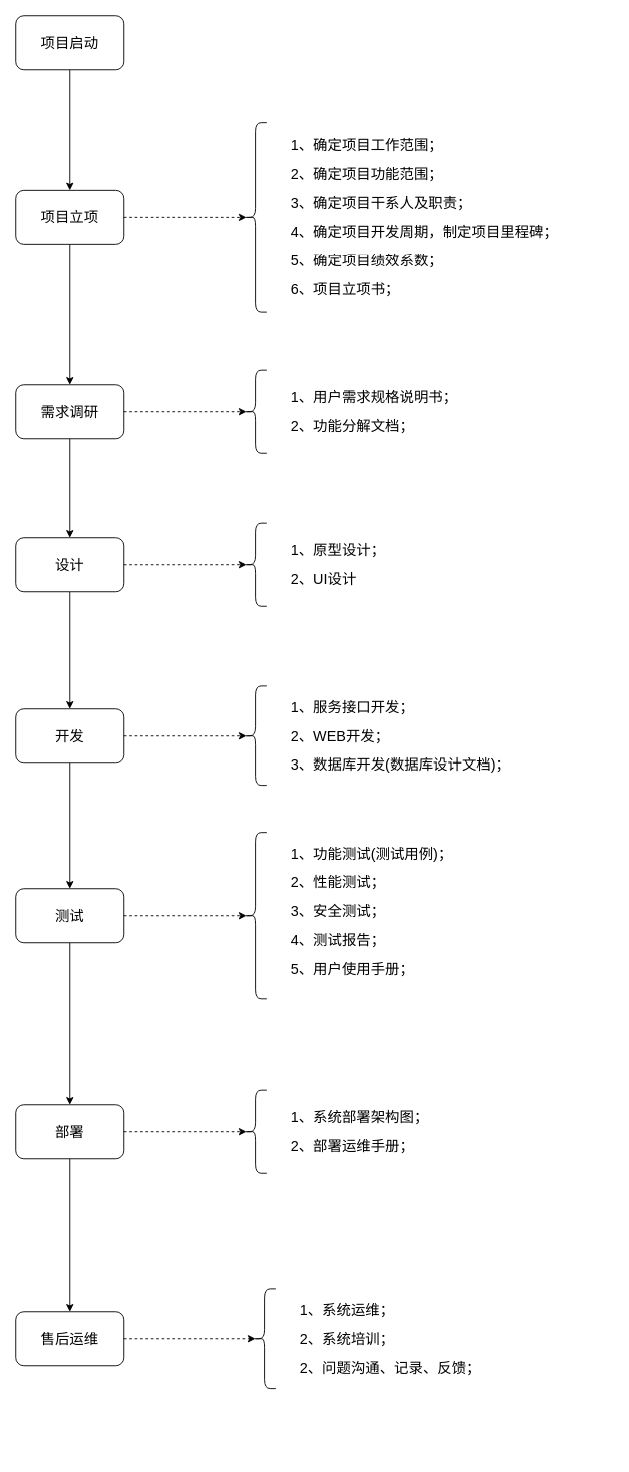
z-cloud-z/draw keeps this draw.io diagram as 项目管理&绩效考核.drawio. Above is the earlier version. Source tidied: cells renumbered, new cells numbered last; positions are measured from the earlier drawing's top-left corner, leaving out a move shared by most shapes. Both pictures are drawn from the tidied source at 90%, with x=0, y=0 at pixel (15, 15).
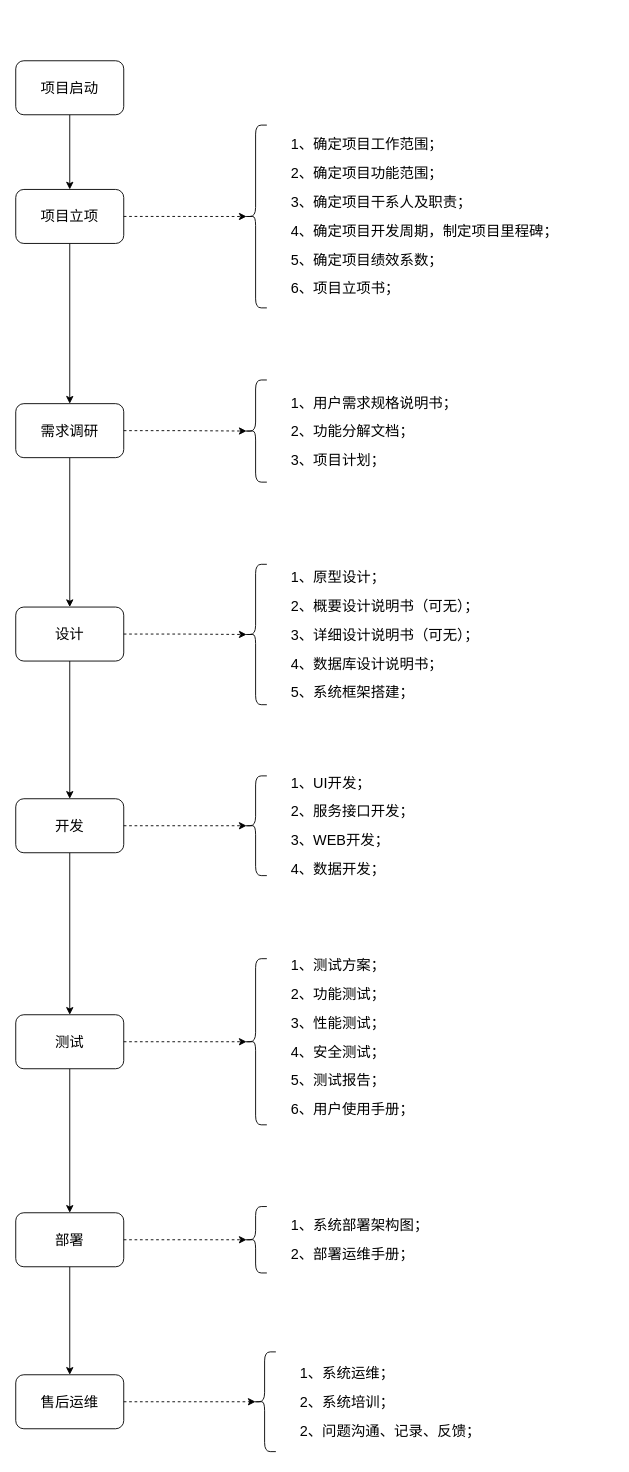
Above is the later version.

Commit message:
更新项目管理&绩效考核.drawio

Change to the diagram source:
```diff
@@
     <mxCell id="3" value="项目启动" style="rounded=1;whiteSpace=wrap;html=1;fontSize=16;" parent="1" vertex="1">
-      <mxGeometry width="120" height="60" as="geometry" />
+      <mxGeometry y="50" width="120" height="60" as="geometry" />
     </mxCell>
@@
     <mxCell id="5" value="项目立项" style="whiteSpace=wrap;html=1;rounded=1;fontSize=16;" parent="1" vertex="1">
-      <mxGeometry y="194" width="120" height="60" as="geometry" />
+      <mxGeometry y="193" width="120" height="60" as="geometry" />
     </mxCell>
@@
     <mxCell id="7" value="需求调研" style="whiteSpace=wrap;html=1;rounded=1;fontSize=16;" parent="1" vertex="1">
-      <mxGeometry y="410" width="120" height="60" as="geometry" />
+      <mxGeometry y="431" width="120" height="60" as="geometry" />
     </mxCell>
@@
     <mxCell id="9" value="设计" style="whiteSpace=wrap;html=1;rounded=1;fontSize=16;" parent="1" vertex="1">
-      <mxGeometry y="580" width="120" height="60" as="geometry" />
+      <mxGeometry y="657" width="120" height="60" as="geometry" />
     </mxCell>
@@
     <mxCell id="11" value="开发" style="whiteSpace=wrap;html=1;rounded=1;fontSize=16;" parent="1" vertex="1">
-      <mxGeometry y="770" width="120" height="60" as="geometry" />
+      <mxGeometry y="870" width="120" height="60" as="geometry" />
     </mxCell>
@@
     <mxCell id="13" value="测试" style="whiteSpace=wrap;html=1;rounded=1;fontSize=16;" parent="1" vertex="1">
-      <mxGeometry y="970" width="120" height="60" as="geometry" />
+      <mxGeometry y="1110" width="120" height="60" as="geometry" />
     </mxCell>
@@
     <mxCell id="15" value="部署" style="whiteSpace=wrap;html=1;rounded=1;fontSize=16;" parent="1" vertex="1">
-      <mxGeometry y="1210" width="120" height="60" as="geometry" />
+      <mxGeometry y="1330" width="120" height="60" as="geometry" />
     </mxCell>
     <mxCell id="16" value="售后运维" style="whiteSpace=wrap;html=1;rounded=1;fontSize=16;" parent="1" vertex="1">
-      <mxGeometry y="1440" width="120" height="60" as="geometry" />
+      <mxGeometry y="1510" width="120" height="60" as="geometry" />
     </mxCell>
@@
     <mxCell id="18" style="group;fontSize=16;" parent="1" vertex="1">
-      <mxGeometry x="254" y="110" width="400" height="228" as="geometry" />
+      <mxGeometry x="254" y="113" width="400" height="220" as="geometry" />
     </mxCell>
     <mxCell id="19" style="shape=curlyBracket;whiteSpace=wrap;html=1;rounded=1;labelPosition=left;verticalLabelPosition=middle;align=right;verticalAlign=middle;fontSize=16;" parent="18" vertex="1">
-      <mxGeometry y="8.8" width="25" height="210.5" as="geometry" />
+      <mxGeometry y="8.5" width="25" height="203.1" as="geometry" />
     </mxCell>
     <mxCell id="20" value="&lt;p style=&quot;line-height: 100%;&quot;&gt;1、确定项目工作范围；&lt;/p&gt;&lt;p style=&quot;line-height: 100%;&quot;&gt;2、确定项目功能范围；&lt;/p&gt;&lt;p style=&quot;line-height: 100%;&quot;&gt;3、确定项目干系人及职责；&lt;/p&gt;&lt;p style=&quot;line-height: 100%;&quot;&gt;4、确定项目开发周期，制定项目里程碑；&lt;/p&gt;&lt;p style=&quot;line-height: 100%;&quot;&gt;5、确定项目绩效系数；&lt;/p&gt;&lt;p style=&quot;line-height: 100%;&quot;&gt;6、项目立项书；&lt;/p&gt;" style="text;html=1;strokeColor=none;fillColor=none;align=left;verticalAlign=middle;whiteSpace=wrap;rounded=0;horizontal=1;fontSize=16;" parent="18" vertex="1">
-      <mxGeometry x="50" width="350" height="228" as="geometry" />
+      <mxGeometry x="50" width="350" height="220" as="geometry" />
     </mxCell>
@@
     <mxCell id="27" style="group;fontSize=16;" parent="1" vertex="1">
-      <mxGeometry x="254" y="390" width="400" height="100" as="geometry" />
+      <mxGeometry x="254" y="400" width="400" height="123" as="geometry" />
     </mxCell>
     <mxCell id="28" style="shape=curlyBracket;whiteSpace=wrap;html=1;rounded=1;labelPosition=left;verticalLabelPosition=middle;align=right;verticalAlign=middle;fontSize=16;" parent="27" vertex="1">
-      <mxGeometry y="3.8" width="25" height="92.3" as="geometry" />
+      <mxGeometry y="4.7" width="25" height="113.5" as="geometry" />
     </mxCell>
-    <mxCell id="29" value="&lt;p style=&quot;line-height: 100%;&quot;&gt;1、用户需求规格说明书；&lt;/p&gt;&lt;p style=&quot;line-height: 100%;&quot;&gt;2、功能分解文档；&lt;/p&gt;" style="text;html=1;strokeColor=none;fillColor=none;align=left;verticalAlign=middle;whiteSpace=wrap;rounded=0;horizontal=1;fontSize=16;" parent="27" vertex="1">
-      <mxGeometry x="50" width="350" height="100" as="geometry" />
+    <mxCell id="29" value="&lt;p style=&quot;line-height: 100%;&quot;&gt;1、用户需求规格说明书；&lt;/p&gt;&lt;p style=&quot;line-height: 100%;&quot;&gt;2、功能分解文档；&lt;/p&gt;&lt;p style=&quot;line-height: 100%;&quot;&gt;3、项目计划；&lt;/p&gt;" style="text;html=1;strokeColor=none;fillColor=none;align=left;verticalAlign=middle;whiteSpace=wrap;rounded=0;horizontal=1;fontSize=16;" parent="27" vertex="1">
+      <mxGeometry x="50" width="350" height="123" as="geometry" />
     </mxCell>
     <mxCell id="30" style="group;fontSize=16;" parent="1" vertex="1">
-      <mxGeometry x="254" y="560" width="400" height="100" as="geometry" />
+      <mxGeometry x="254" y="603" width="400" height="169" as="geometry" />
     </mxCell>
     <mxCell id="31" style="shape=curlyBracket;whiteSpace=wrap;html=1;rounded=1;labelPosition=left;verticalLabelPosition=middle;align=right;verticalAlign=middle;fontSize=16;" parent="30" vertex="1">
-      <mxGeometry y="3.8" width="25" height="92.3" as="geometry" />
+      <mxGeometry y="6.5" width="25" height="156" as="geometry" />
     </mxCell>
-    <mxCell id="32" value="&lt;p style=&quot;line-height: 100%;&quot;&gt;1、原型设计；&lt;/p&gt;&lt;p style=&quot;line-height: 100%;&quot;&gt;2、UI设计&lt;/p&gt;" style="text;html=1;strokeColor=none;fillColor=none;align=left;verticalAlign=middle;whiteSpace=wrap;rounded=0;horizontal=1;fontSize=16;" parent="30" vertex="1">
-      <mxGeometry x="50" width="350" height="100" as="geometry" />
+    <mxCell id="32" value="&lt;p style=&quot;line-height: 100%;&quot;&gt;1、原型设计；&lt;/p&gt;&lt;p style=&quot;line-height: 100%;&quot;&gt;2、概要设计说明书（可无）；&lt;/p&gt;&lt;p style=&quot;line-height: 100%;&quot;&gt;3、详细设计说明书（可无）；&lt;/p&gt;&lt;p style=&quot;line-height: 100%;&quot;&gt;4、数据库设计说明书；&lt;/p&gt;&lt;p style=&quot;line-height: 100%;&quot;&gt;5、系统框架搭建；&lt;/p&gt;" style="text;html=1;strokeColor=none;fillColor=none;align=left;verticalAlign=middle;whiteSpace=wrap;rounded=0;horizontal=1;fontSize=16;" parent="30" vertex="1">
+      <mxGeometry x="50" width="350" height="169" as="geometry" />
     </mxCell>
     <mxCell id="33" style="group;fontSize=16;" parent="1" vertex="1">
-      <mxGeometry x="254" y="740" width="400" height="120" as="geometry" />
+      <mxGeometry x="254" y="840" width="400" height="120" as="geometry" />
     </mxCell>
@@
-    <mxCell id="35" value="&lt;p style=&quot;line-height: 100%;&quot;&gt;1、服务接口开发；&lt;/p&gt;&lt;p style=&quot;line-height: 100%;&quot;&gt;2、WEB开发；&lt;/p&gt;&lt;p style=&quot;line-height: 100%;&quot;&gt;3、数据库开发(数据库设计文档)；&lt;/p&gt;" style="text;html=1;strokeColor=none;fillColor=none;align=left;verticalAlign=middle;whiteSpace=wrap;rounded=0;horizontal=1;fontSize=16;" parent="33" vertex="1">
+    <mxCell id="35" value="&lt;p style=&quot;line-height: 100%;&quot;&gt;1、UI开发；&lt;/p&gt;&lt;p style=&quot;line-height: 100%;&quot;&gt;2、服务接口开发；&lt;/p&gt;&lt;p style=&quot;line-height: 100%;&quot;&gt;3、WEB开发；&lt;/p&gt;&lt;p style=&quot;line-height: 100%;&quot;&gt;4、数据开发；&lt;/p&gt;" style="text;html=1;strokeColor=none;fillColor=none;align=left;verticalAlign=middle;whiteSpace=wrap;rounded=0;horizontal=1;fontSize=16;" parent="33" vertex="1">
       <mxGeometry x="50" width="350" height="120" as="geometry" />
     </mxCell>
     <mxCell id="36" style="group;fontSize=16;" parent="1" vertex="1">
-      <mxGeometry x="254" y="900" width="400" height="200" as="geometry" />
+      <mxGeometry x="254" y="1040" width="400" height="200" as="geometry" />
     </mxCell>
@@
-    <mxCell id="38" value="&lt;p style=&quot;line-height: 100%;&quot;&gt;1、功能测试(测试用例)；&lt;/p&gt;&lt;p style=&quot;line-height: 100%;&quot;&gt;2、性能测试；&lt;/p&gt;&lt;p style=&quot;line-height: 100%;&quot;&gt;3、安全测试；&lt;/p&gt;&lt;p style=&quot;line-height: 100%;&quot;&gt;4、测试报告；&lt;/p&gt;&lt;p style=&quot;line-height: 100%;&quot;&gt;5、用户使用手册；&lt;/p&gt;" style="text;html=1;strokeColor=none;fillColor=none;align=left;verticalAlign=middle;whiteSpace=wrap;rounded=0;horizontal=1;fontSize=16;" parent="36" vertex="1">
+    <mxCell id="38" value="&lt;p style=&quot;line-height: 100%;&quot;&gt;1、测试方案；&lt;/p&gt;&lt;p style=&quot;line-height: 100%;&quot;&gt;2、功能测试；&lt;/p&gt;&lt;p style=&quot;line-height: 100%;&quot;&gt;3、性能测试；&lt;/p&gt;&lt;p style=&quot;line-height: 100%;&quot;&gt;4、安全测试；&lt;/p&gt;&lt;p style=&quot;line-height: 100%;&quot;&gt;5、测试报告；&lt;/p&gt;&lt;p style=&quot;line-height: 100%;&quot;&gt;6、用户使用手册；&lt;/p&gt;" style="text;html=1;strokeColor=none;fillColor=none;align=left;verticalAlign=middle;whiteSpace=wrap;rounded=0;horizontal=1;fontSize=16;" parent="36" vertex="1">
       <mxGeometry x="50" width="350" height="190.5" as="geometry" />
     </mxCell>
     <mxCell id="39" style="group;fontSize=16;" parent="1" vertex="1">
-      <mxGeometry x="254" y="1190" width="400" height="100" as="geometry" />
+      <mxGeometry x="254" y="1320" width="400" height="80" as="geometry" />
     </mxCell>
     <mxCell id="40" style="shape=curlyBracket;whiteSpace=wrap;html=1;rounded=1;labelPosition=left;verticalLabelPosition=middle;align=right;verticalAlign=middle;fontSize=16;" parent="39" vertex="1">
-      <mxGeometry y="3.8" width="25" height="92.3" as="geometry" />
+      <mxGeometry y="3.1" width="25" height="73.8" as="geometry" />
     </mxCell>
     <mxCell id="41" value="&lt;p style=&quot;line-height: 100%;&quot;&gt;1、系统部署架构图；&lt;/p&gt;&lt;p style=&quot;line-height: 100%;&quot;&gt;2、部署运维手册；&lt;/p&gt;" style="text;html=1;strokeColor=none;fillColor=none;align=left;verticalAlign=middle;whiteSpace=wrap;rounded=0;horizontal=1;fontSize=16;" parent="39" vertex="1">
-      <mxGeometry x="50" width="350" height="100" as="geometry" />
+      <mxGeometry x="50" width="350" height="80" as="geometry" />
     </mxCell>
     <mxCell id="42" style="group;fontSize=16;" parent="1" vertex="1">
-      <mxGeometry x="264" y="1410" width="400" height="120" as="geometry" />
+      <mxGeometry x="264" y="1480" width="400" height="120" as="geometry" />
     </mxCell>
```
